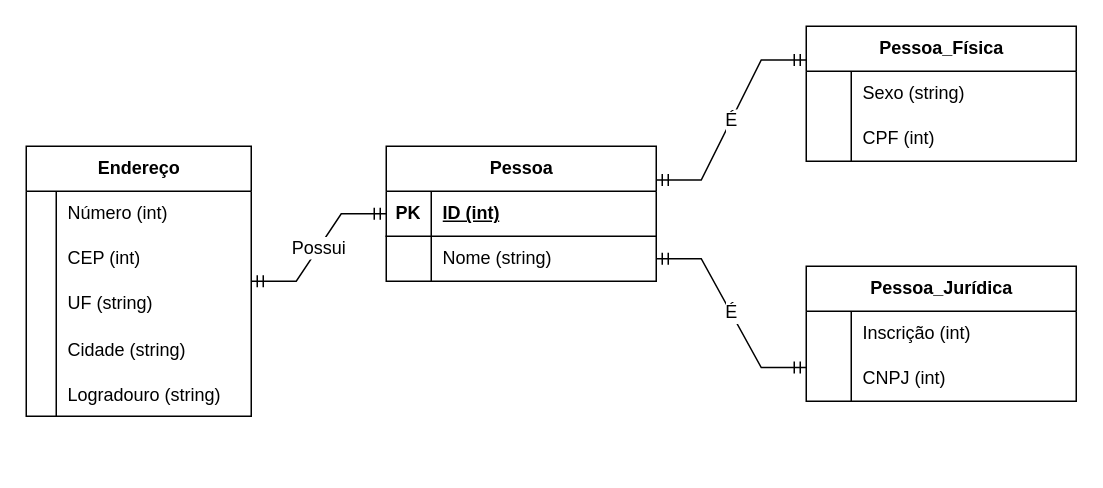
This is Diagrama sem nome.drawio from NateInterloper/mdc053, a draw.io file, before an edit. Source tidied: cells renumbered, new cells numbered last; positions are measured from the earlier drawing's top-left corner, leaving out a move shared by most shapes. Both pictures are drawn from the tidied source at 150%, with x=0, y=0 at pixel (26, 26).
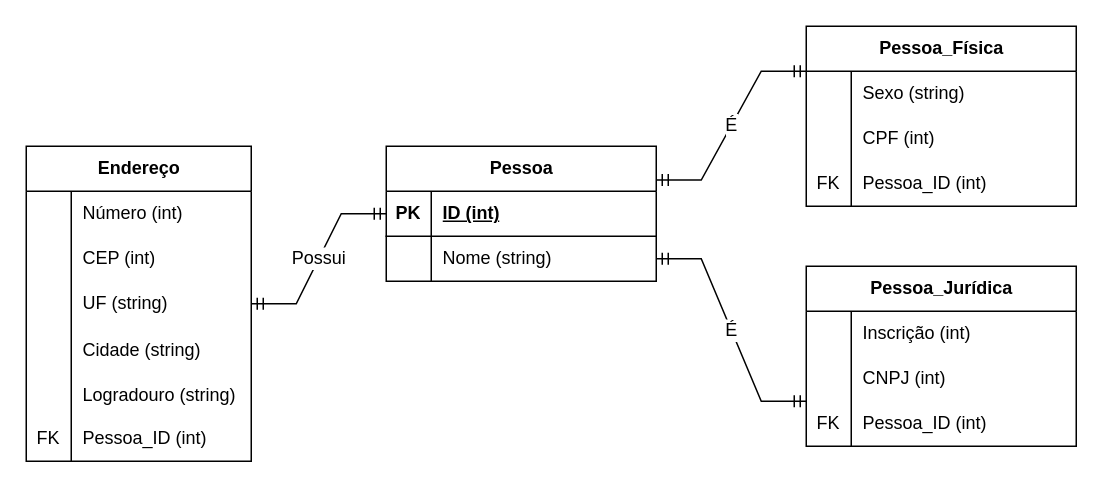
Above is the later version.

Unchanged cells that the change refers to:
```xml
<mxCell id="10" style="shape=tableRow;horizontal=0;startSize=0;swimlaneHead=0;swimlaneBody=0;fillColor=none;top=0;left=0;right=0;bottom=0;" parent="9" vertex="1">
  <mxGeometry y="30" width="150" height="30" as="geometry" />
</mxCell>
<mxCell id="13" style="shape=tableRow;horizontal=0;startSize=0;swimlaneHead=0;swimlaneBody=0;fillColor=none;top=0;left=0;right=0;bottom=0;" parent="9" vertex="1">
  <mxGeometry y="60" width="150" height="30" as="geometry" />
</mxCell>
<mxCell id="16" style="shape=tableRow;horizontal=0;startSize=0;swimlaneHead=0;swimlaneBody=0;fillColor=none;top=0;left=0;right=0;bottom=0;" parent="9" vertex="1">
  <mxGeometry y="90" width="150" height="30" as="geometry" />
</mxCell>
<mxCell id="19" style="shape=tableRow;horizontal=0;startSize=0;swimlaneHead=0;swimlaneBody=0;fillColor=none;top=0;left=0;right=0;bottom=0;" parent="9" vertex="1">
  <mxGeometry y="120" width="150" height="30" as="geometry" />
</mxCell>
<mxCell id="22" style="shape=tableRow;horizontal=0;startSize=0;swimlaneHead=0;swimlaneBody=0;fillColor=none;top=0;left=0;right=0;bottom=0;" parent="9" vertex="1">
  <mxGeometry y="150" width="150" height="30" as="geometry" />
</mxCell>
```

The edit, as a diff of the source:
```diff
@@
     <mxCell id="9" value="Endereço" style="shape=table;startSize=30;childLayout=tableLayout;rowLines=0;fontStyle=1;align=center;html=1;" parent="1" vertex="1">
-      <mxGeometry y="80" width="150" height="180" as="geometry" />
+      <mxGeometry y="80" width="150" height="210" as="geometry" />
     </mxCell>
@@
     <mxCell id="11" style="shape=partialRectangle;fillColor=none;top=0;left=0;bottom=0;right=0;overflow=hidden;whiteSpace=wrap;html=1;" parent="10" vertex="1">
-      <mxGeometry width="20" height="30" as="geometry" />
+      <mxGeometry width="30" height="30" as="geometry" />
     </mxCell>
     <mxCell id="12" value="Número (int)" style="shape=partialRectangle;fillColor=none;top=0;left=0;bottom=0;right=0;align=left;spacingLeft=6;overflow=hidden;whiteSpace=wrap;html=1;" parent="10" vertex="1">
-      <mxGeometry x="20" width="130" height="30" as="geometry" />
+      <mxGeometry x="30" width="120" height="30" as="geometry" />
     </mxCell>
@@
     <mxCell id="14" style="shape=partialRectangle;fillColor=none;top=0;left=0;bottom=0;right=0;overflow=hidden;whiteSpace=wrap;html=1;" parent="13" vertex="1">
-      <mxGeometry width="20" height="30" as="geometry" />
+      <mxGeometry width="30" height="30" as="geometry" />
     </mxCell>
     <mxCell id="15" value="CEP (int)" style="shape=partialRectangle;fillColor=none;top=0;left=0;bottom=0;right=0;align=left;spacingLeft=6;overflow=hidden;whiteSpace=wrap;html=1;" parent="13" vertex="1">
-      <mxGeometry x="20" width="130" height="30" as="geometry" />
+      <mxGeometry x="30" width="120" height="30" as="geometry" />
     </mxCell>
@@
     <mxCell id="17" style="shape=partialRectangle;fillColor=none;top=0;left=0;bottom=0;right=0;overflow=hidden;whiteSpace=wrap;html=1;" parent="16" vertex="1">
-      <mxGeometry width="20" height="30" as="geometry" />
+      <mxGeometry width="30" height="30" as="geometry" />
     </mxCell>
     <mxCell id="18" value="UF (string)" style="shape=partialRectangle;fillColor=none;top=0;left=0;bottom=0;right=0;align=left;spacingLeft=6;overflow=hidden;whiteSpace=wrap;html=1;" parent="16" vertex="1">
-      <mxGeometry x="20" width="130" height="30" as="geometry" />
+      <mxGeometry x="30" width="120" height="30" as="geometry" />
     </mxCell>
@@
     <mxCell id="20" style="shape=partialRectangle;fillColor=none;top=0;left=0;bottom=0;right=0;overflow=hidden;" parent="19" vertex="1">
-      <mxGeometry width="20" height="30" as="geometry" />
+      <mxGeometry width="30" height="30" as="geometry" />
     </mxCell>
     <mxCell id="21" value="Cidade (string)" style="shape=partialRectangle;fillColor=none;top=0;left=0;bottom=0;right=0;align=left;spacingLeft=6;overflow=hidden;" parent="19" vertex="1">
-      <mxGeometry x="20" width="130" height="30" as="geometry" />
+      <mxGeometry x="30" width="120" height="30" as="geometry" />
     </mxCell>
@@
     <mxCell id="23" style="shape=partialRectangle;fillColor=none;top=0;left=0;bottom=0;right=0;overflow=hidden;" parent="22" vertex="1">
-      <mxGeometry width="20" height="30" as="geometry" />
+      <mxGeometry width="30" height="30" as="geometry" />
     </mxCell>
     <mxCell id="24" value="Logradouro (string)" style="shape=partialRectangle;fillColor=none;top=0;left=0;bottom=0;right=0;align=left;spacingLeft=6;overflow=hidden;" parent="22" vertex="1">
-      <mxGeometry x="20" width="130" height="30" as="geometry" />
+      <mxGeometry x="30" width="120" height="30" as="geometry" />
     </mxCell>
+    <mxCell id="42" style="shape=tableRow;horizontal=0;startSize=0;swimlaneHead=0;swimlaneBody=0;fillColor=none;top=0;left=0;right=0;bottom=0;" parent="9" vertex="1">
+      <mxGeometry y="180" width="150" height="30" as="geometry" />
+    </mxCell>
+    <mxCell id="43" value="FK" style="shape=partialRectangle;fillColor=none;top=0;left=0;bottom=0;right=0;fontStyle=0;overflow=hidden;whiteSpace=wrap;html=1;" parent="42" vertex="1">
+      <mxGeometry width="30" height="30" as="geometry" />
+    </mxCell>
+    <mxCell id="44" value="Pessoa_ID (int)" style="shape=partialRectangle;fillColor=none;top=0;left=0;bottom=0;right=0;align=left;spacingLeft=6;fontStyle=0;overflow=hidden;whiteSpace=wrap;html=1;" parent="42" vertex="1">
+      <mxGeometry x="30" width="120" height="30" as="geometry" />
+    </mxCell>
     <mxCell id="25" value="Pessoa_Física" style="shape=table;startSize=30;childLayout=tableLayout;rowLines=0;fontStyle=1;align=center;html=1;" parent="1" vertex="1">
-      <mxGeometry x="520" width="180" height="90" as="geometry" />
+      <mxGeometry x="520" width="180" height="120" as="geometry" />
     </mxCell>
@@
+    <mxCell id="45" style="shape=tableRow;horizontal=0;startSize=0;swimlaneHead=0;swimlaneBody=0;fillColor=none;top=0;left=0;right=0;bottom=0;" parent="25" vertex="1">
+      <mxGeometry y="90" width="180" height="30" as="geometry" />
+    </mxCell>
+    <mxCell id="46" value="FK" style="shape=partialRectangle;fillColor=none;top=0;left=0;bottom=0;right=0;fontStyle=0;overflow=hidden;whiteSpace=wrap;html=1;" parent="45" vertex="1">
+      <mxGeometry width="30" height="30" as="geometry" />
+    </mxCell>
+    <mxCell id="47" value="Pessoa_ID (int)" style="shape=partialRectangle;fillColor=none;top=0;left=0;bottom=0;right=0;align=left;spacingLeft=6;fontStyle=0;overflow=hidden;whiteSpace=wrap;html=1;" parent="45" vertex="1">
+      <mxGeometry x="30" width="150" height="30" as="geometry" />
+    </mxCell>
     <mxCell id="32" value="Pessoa_Jurídica" style="shape=table;startSize=30;childLayout=tableLayout;rowLines=0;fontStyle=1;align=center;html=1;" parent="1" vertex="1">
-      <mxGeometry x="520" y="160" width="180" height="90" as="geometry" />
+      <mxGeometry x="520" y="160" width="180" height="120" as="geometry" />
     </mxCell>
@@
+    <mxCell id="48" style="shape=tableRow;horizontal=0;startSize=0;swimlaneHead=0;swimlaneBody=0;fillColor=none;top=0;left=0;right=0;bottom=0;" parent="32" vertex="1">
+      <mxGeometry y="90" width="180" height="30" as="geometry" />
+    </mxCell>
+    <mxCell id="49" value="FK" style="shape=partialRectangle;fillColor=none;top=0;left=0;bottom=0;right=0;fontStyle=0;overflow=hidden;whiteSpace=wrap;html=1;" parent="48" vertex="1">
+      <mxGeometry width="30" height="30" as="geometry" />
+    </mxCell>
+    <mxCell id="50" value="Pessoa_ID (int)" style="shape=partialRectangle;fillColor=none;top=0;left=0;bottom=0;right=0;align=left;spacingLeft=6;fontStyle=0;overflow=hidden;whiteSpace=wrap;html=1;" parent="48" vertex="1">
+      <mxGeometry x="30" width="150" height="30" as="geometry" />
+    </mxCell>
```
